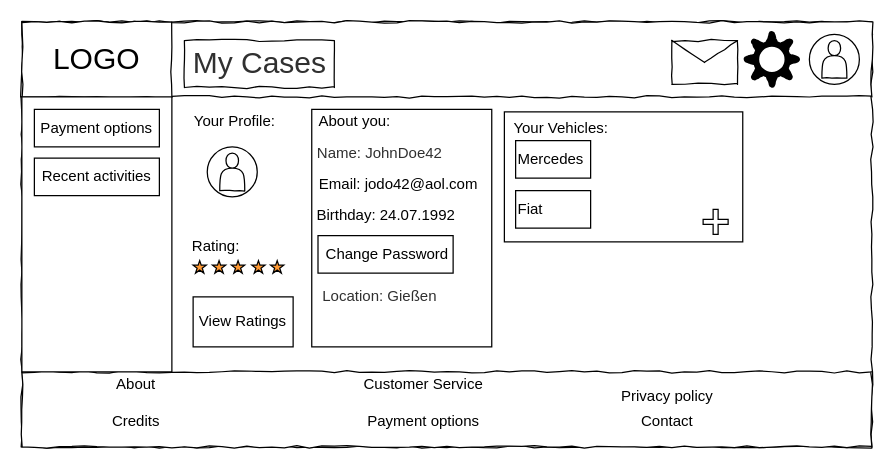
This is page "Page-1" (1 of 2) of models/Wireframes/profilescreen.drawio from jakb27/myCargonaut, a draw.io file, before an edit. Source tidied: cells renumbered, new cells numbered last; positions are measured from the earlier drawing's top-left corner, leaving out a move shared by most shapes. Both pictures are drawn from the tidied source at 125%, with x=0, y=0 at pixel (21, 21). Pictures stored in the file or linked from it are replaced by grey dashed boxes.
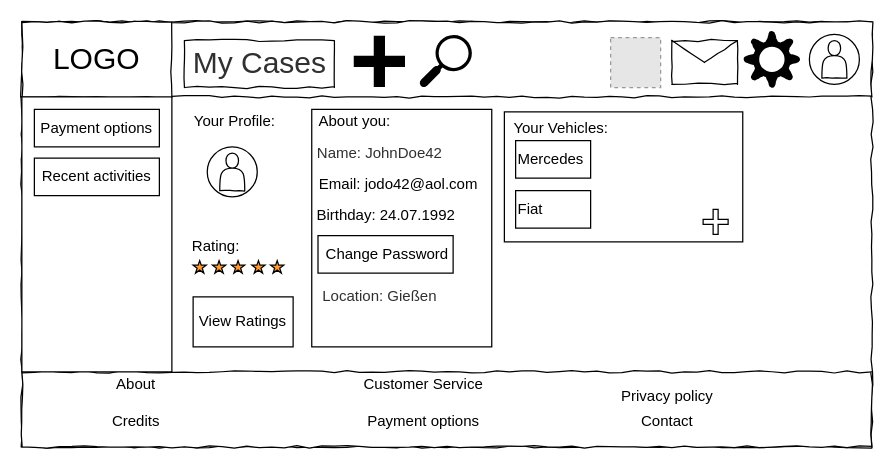
After the change.

The edit, as a diff of the source:
```diff
@@
+    <mxCell id="44" style="shape=cross;whiteSpace=wrap;html=1;fillColor=#000000;" parent="1" vertex="1">
+      <mxGeometry x="266" y="11.5" width="40" height="40" as="geometry" />
+    </mxCell>
+    <mxCell id="45" style="sketch=0;shadow=0;dashed=0;html=1;strokeColor=none;fillColor=#000000;labelPosition=center;verticalLabelPosition=bottom;verticalAlign=top;align=center;shape=mxgraph.office.concepts.search;comic=0;" parent="1" vertex="1">
+      <mxGeometry x="318" y="10.5" width="42" height="42" as="geometry" />
+    </mxCell>
+    <mxCell id="46" style="fillColor=#E6E6E6;strokeColor=#999999;dashed=1;html=1;verticalAlign=top;verticalLabelPosition=bottom;labelBackgroundColor=#ffffff;" parent="1" vertex="1">
+      <mxGeometry x="471" y="12.5" width="40" height="40" as="geometry" />
+    </mxCell>
```
